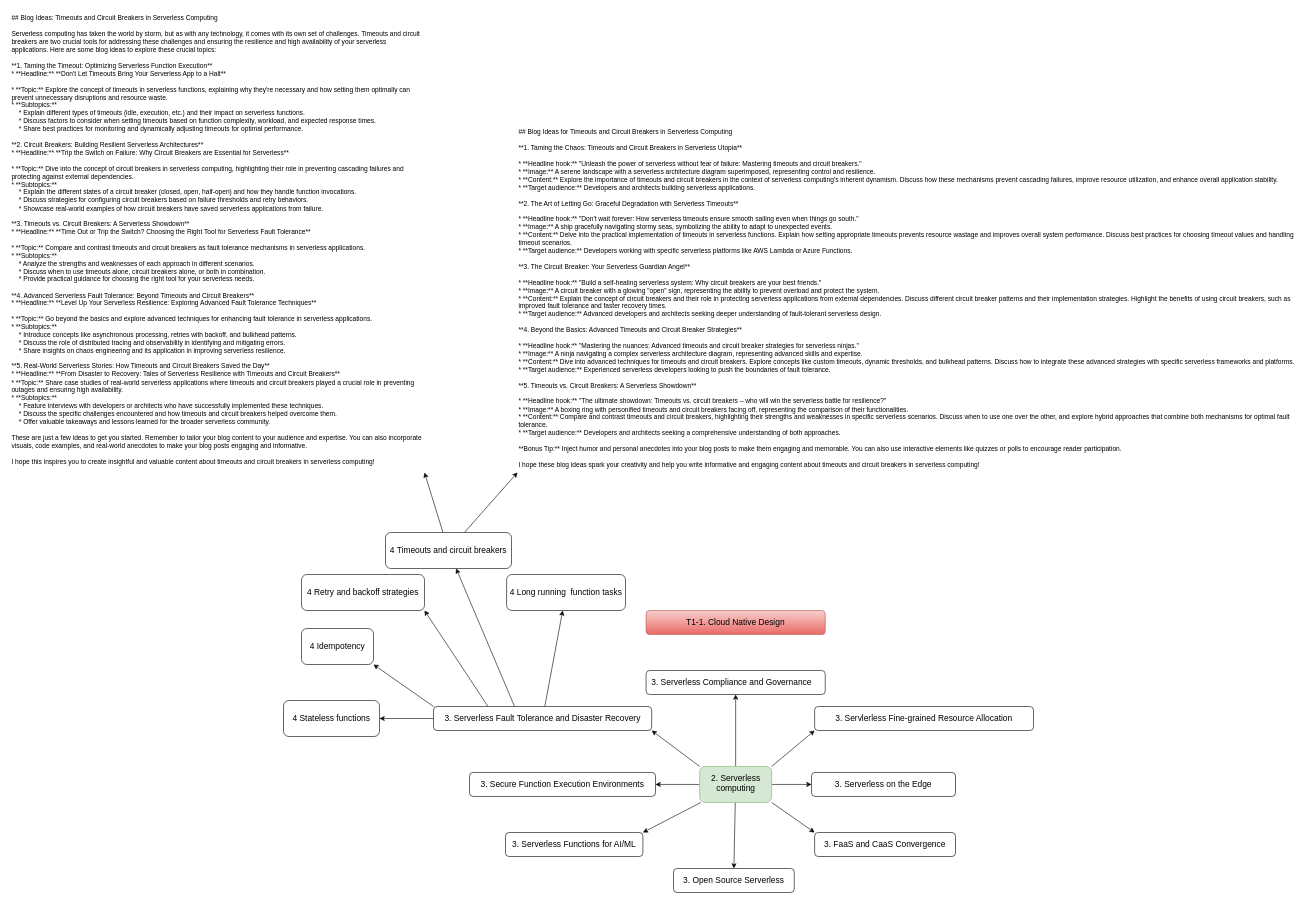
Above: page "T7-2. Serverless computing" (8 of 8) of FiveWhatSoftwareArch.drawio in Gaur4vGaur/probable-octo (draw.io), before the change. Source tidied: cells renumbered, new cells numbered last; positions are measured from the earlier drawing's top-left corner, leaving out a move shared by most shapes. Both pictures are drawn from the tidied source at 60%, with x=0, y=0 at pixel (10, 10).
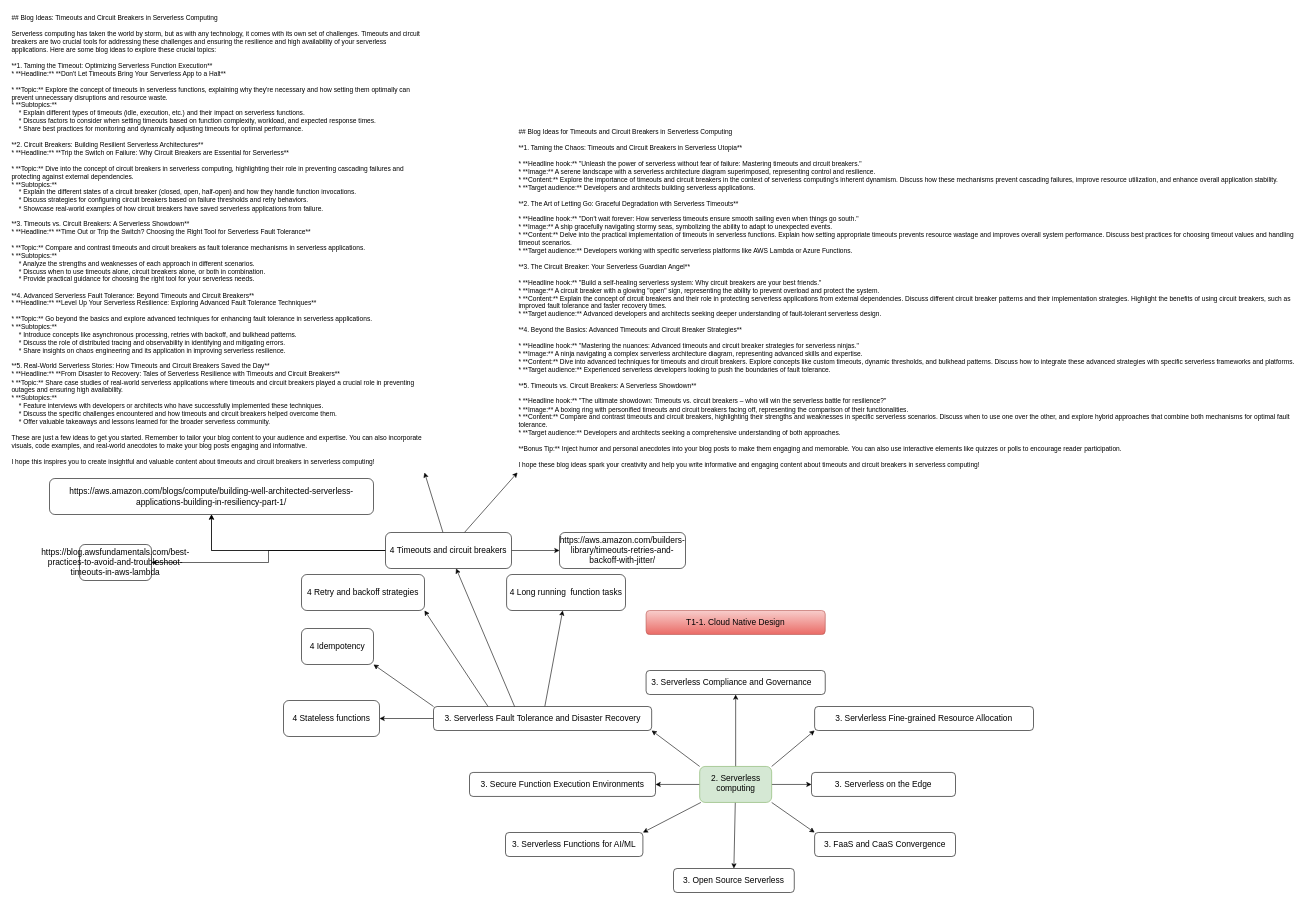
The same page after the edit.

The change refers to these unchanged cells:
```xml
<mxCell id="30" value="4 Timeouts and circuit breakers" style="whiteSpace=wrap;html=1;fontSize=14;rounded=1;" parent="1" vertex="1">
  <mxGeometry x="625" y="870" width="210" height="60" as="geometry" />
</mxCell>
```

Change to the diagram source:
```diff
@@
+    <mxCell id="34" style="edgeStyle=orthogonalEdgeStyle;rounded=0;jettySize=auto;html=1;" parent="1" edge="1" source="30" target="38">
+      <mxGeometry relative="1" as="geometry" />
+    </mxCell>
+    <mxCell id="35" style="edgeStyle=orthogonalEdgeStyle;rounded=0;jettySize=auto;html=1;" parent="1" edge="1" source="30" target="39">
+      <mxGeometry relative="1" as="geometry" />
+    </mxCell>
+    <mxCell id="36" style="edgeStyle=orthogonalEdgeStyle;rounded=0;jettySize=auto;html=1;" parent="1" edge="1" source="30" target="38">
+      <mxGeometry relative="1" as="geometry" />
+    </mxCell>
+    <mxCell id="37" style="edgeStyle=orthogonalEdgeStyle;rounded=0;jettySize=auto;html=1;" parent="1" edge="1" source="30" target="40">
+      <mxGeometry relative="1" as="geometry" />
+    </mxCell>
@@
+    <mxCell id="38" value="https://aws.amazon.com/blogs/compute/building-well-architected-serverless-applications-building-in-resiliency-part-1/" style="whiteSpace=wrap;html=1;fontSize=14;rounded=1;" parent="1" vertex="1">
+      <mxGeometry x="65" y="780" width="540" height="60" as="geometry" />
+    </mxCell>
+    <mxCell id="39" value="https://aws.amazon.com/builders-library/timeouts-retries-and-backoff-with-jitter/" style="whiteSpace=wrap;html=1;fontSize=14;rounded=1;" parent="1" vertex="1">
+      <mxGeometry x="915" y="870" width="210" height="60" as="geometry" />
+    </mxCell>
+    <mxCell id="40" value="https://blog.awsfundamentals.com/best-practices-to-avoid-and-troubleshoot-timeouts-in-aws-lambda" style="whiteSpace=wrap;html=1;fontSize=14;rounded=1;" parent="1" vertex="1">
+      <mxGeometry x="115" y="890" width="120" height="60" as="geometry" />
+    </mxCell>
```
